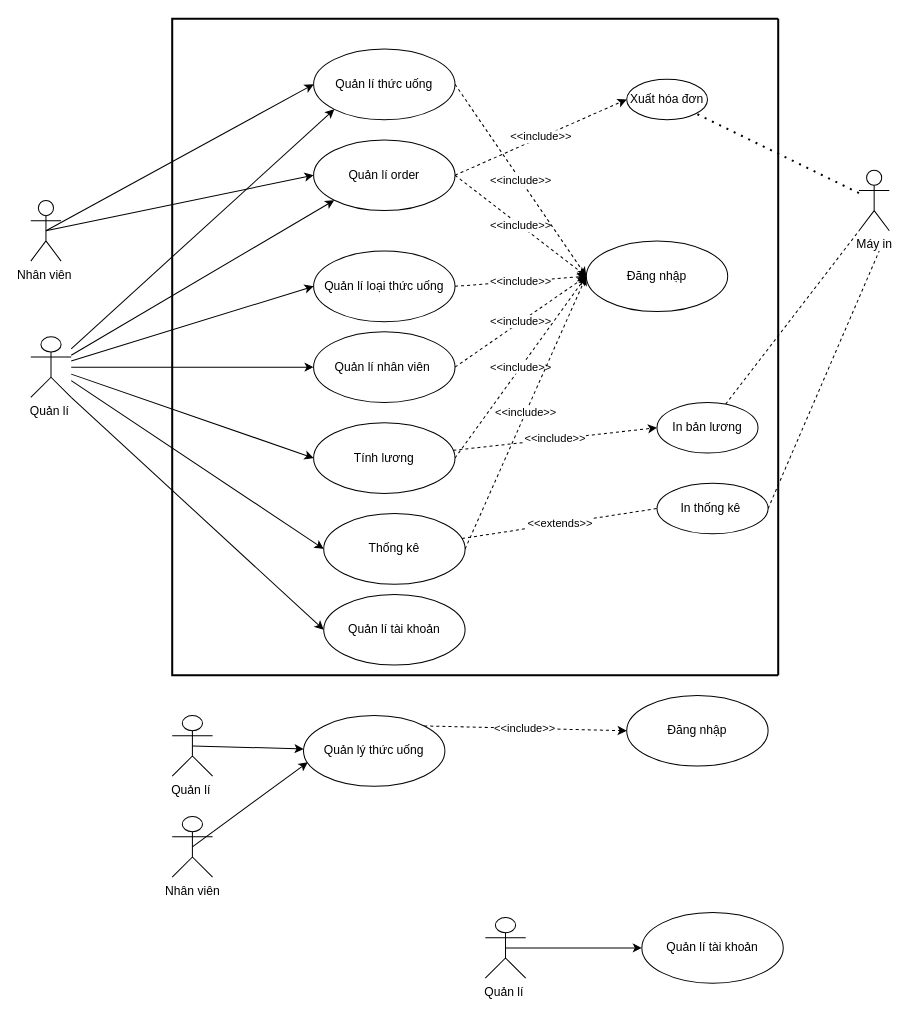
Above: Draw.io/usecase tổng.drawio in TruongNguyenYenNhi/PTTK-QL-b-n-h-ng (draw.io), before the change. Source tidied: cells renumbered, new cells numbered last; positions are measured from the earlier drawing's top-left corner, leaving out a move shared by most shapes. Both pictures are drawn from the tidied source at 101%, with x=0, y=0 at pixel (30, 18).
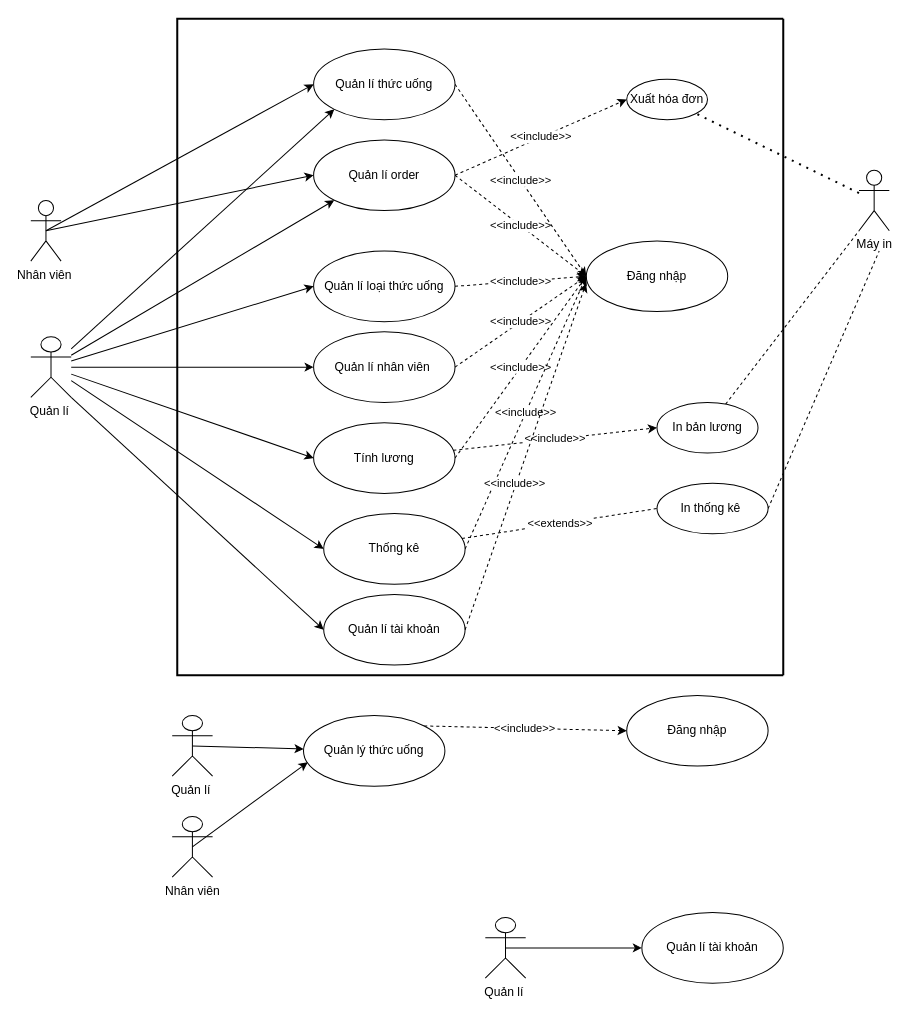
The same diagram, later.

Unchanged cells that the change refers to:
```xml
<mxCell id="13" value="Đăng nhập" style="ellipse;whiteSpace=wrap;html=1;" parent="1" vertex="1">
  <mxGeometry x="550" y="220" width="140" height="70" as="geometry" />
</mxCell>
<mxCell id="45" value="Quản lí tài khoản" style="ellipse;whiteSpace=wrap;html=1;" parent="1" vertex="1">
  <mxGeometry x="290" y="570" width="140" height="70" as="geometry" />
</mxCell>
```

The edit, as a diff of the source:
```diff
@@
     <mxCell id="22" style="strokeWidth=2;html=1;shape=mxgraph.flowchart.annotation_1;align=left;" parent="1" vertex="1">
-      <mxGeometry x="140" width="600" height="650" as="geometry" />
+      <mxGeometry x="145" width="600" height="650" as="geometry" />
     </mxCell>
@@
+    <mxCell id="49" value="&amp;lt;&amp;lt;include&amp;gt;&amp;gt;" style="edgeStyle=none;rounded=0;jettySize=auto;html=1;exitX=1;exitY=0.5;exitDx=0;exitDy=0;entryX=-0.002;entryY=0.602;entryDx=0;entryDy=0;dashed=1;entryPerimeter=0;" parent="1" edge="1" source="45" target="13">
+      <mxGeometry x="-0.16" y="1" relative="1" as="geometry" />
+    </mxCell>
```
